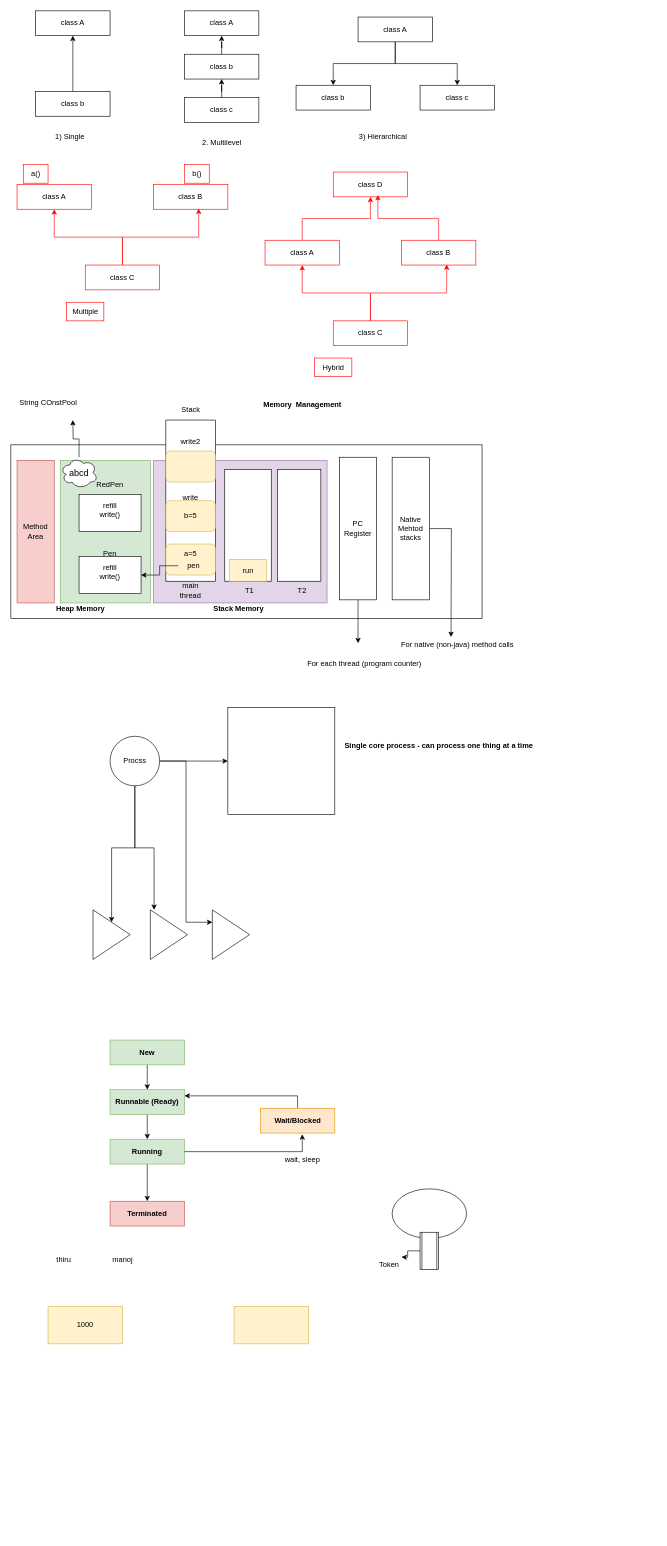
Earlier version of the draw.io diagram page "Java" (2 of 3) of draw_june2025-Dhruvik.drawio (dhruvikp/JFSD_WE). Source tidied: cells renumbered, new cells numbered last; positions are measured from the earlier drawing's top-left corner, leaving out a move shared by most shapes. Both pictures are drawn from the tidied source at 62%, with x=0, y=0 at pixel (11, 11).
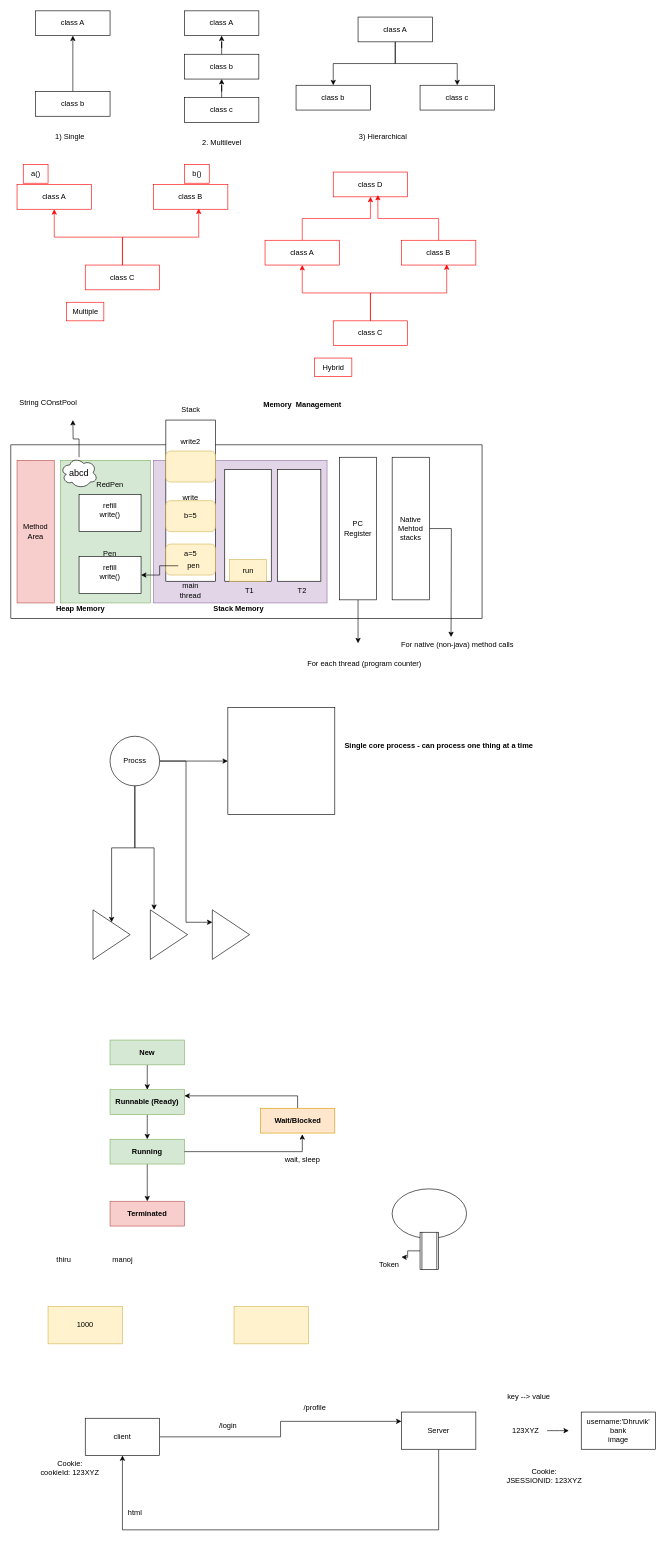
After the change.

The edit, as a diff of the source:
```diff
@@
+    <mxCell id="102" style="edgeStyle=orthogonalEdgeStyle;rounded=0;jettySize=auto;html=1;entryX=0;entryY=0.25;entryDx=0;entryDy=0;" parent="1" edge="1" source="103" target="105">
+      <mxGeometry relative="1" as="geometry" />
+    </mxCell>
+    <mxCell id="103" value="client" style="whiteSpace=wrap;html=1;" parent="1" vertex="1">
+      <mxGeometry x="120" y="2270" width="120" height="60" as="geometry" />
+    </mxCell>
+    <mxCell id="104" style="edgeStyle=orthogonalEdgeStyle;rounded=0;jettySize=auto;html=1;" parent="1" edge="1" source="105" target="103">
+      <mxGeometry relative="1" as="geometry">
+        <Array as="points">
+          <mxPoint x="690" y="2450" />
+          <mxPoint x="180" y="2450" />
+        </Array>
+      </mxGeometry>
+    </mxCell>
+    <mxCell id="105" value="Server" style="whiteSpace=wrap;html=1;" parent="1" vertex="1">
+      <mxGeometry x="630" y="2260" width="120" height="60" as="geometry" />
+    </mxCell>
+    <mxCell id="106" value="/login" style="text;html=1;align=center;verticalAlign=middle;strokeColor=none;fillColor=none;" parent="1" vertex="1">
+      <mxGeometry x="325" y="2268" width="50" height="30" as="geometry" />
+    </mxCell>
+    <mxCell id="107" value="key --&amp;gt; value" style="text;html=1;align=center;verticalAlign=middle;strokeColor=none;fillColor=none;" parent="1" vertex="1">
+      <mxGeometry x="790" y="2220" width="90" height="30" as="geometry" />
+    </mxCell>
+    <mxCell id="108" style="edgeStyle=orthogonalEdgeStyle;rounded=0;jettySize=auto;html=1;" parent="1" edge="1" source="109">
+      <mxGeometry relative="1" as="geometry">
+        <mxPoint x="900" y="2290" as="targetPoint" />
+      </mxGeometry>
+    </mxCell>
+    <mxCell id="109" value="123XYZ" style="text;html=1;align=center;verticalAlign=middle;points=[];strokeColor=none;fillColor=none;" parent="1" vertex="1">
+      <mxGeometry x="795" y="2275" width="70" height="30" as="geometry" />
+    </mxCell>
+    <mxCell id="110" value="username:'Dhruvik'&lt;div&gt;bank&lt;/div&gt;&lt;div&gt;image&lt;/div&gt;" style="rounded=0;whiteSpace=wrap;html=1;" parent="1" vertex="1">
+      <mxGeometry x="920" y="2260" width="120" height="60" as="geometry" />
+    </mxCell>
+    <mxCell id="111" value="Cookie:&lt;div&gt;JSESSIONID: 123XYZ&lt;/div&gt;" style="text;html=1;align=center;verticalAlign=middle;strokeColor=none;fillColor=none;" parent="1" vertex="1">
+      <mxGeometry x="790" y="2343" width="140" height="40" as="geometry" />
+    </mxCell>
+    <mxCell id="112" value="Cookie:&lt;div&gt;cookieId: 123XYZ&lt;/div&gt;" style="text;html=1;align=center;verticalAlign=middle;strokeColor=none;fillColor=none;" parent="1" vertex="1">
+      <mxGeometry x="35" y="2330" width="120" height="40" as="geometry" />
+    </mxCell>
+    <mxCell id="113" value="/profile" style="text;html=1;align=center;verticalAlign=middle;strokeColor=none;fillColor=none;" parent="1" vertex="1">
+      <mxGeometry x="460" y="2238" width="60" height="30" as="geometry" />
+    </mxCell>
+    <mxCell id="114" value="html" style="text;html=1;align=center;verticalAlign=middle;strokeColor=none;fillColor=none;" parent="1" vertex="1">
+      <mxGeometry x="175" y="2408" width="50" height="30" as="geometry" />
+    </mxCell>
```
